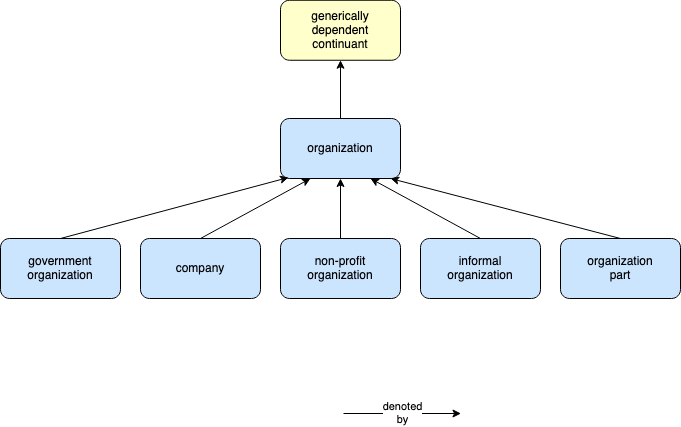
Before: docs/img/org-types.png, a diagram exported from draw.io (mconlon17/organization-ontology). Source tidied: cells renumbered, new cells last; positions are measured from the earlier drawing's top-left corner, leaving out a move shared by most shapes. Its diagram source:
```xml
<mxGraphModel background="#ffffff">
  <root>
    <mxCell id="0" />
    <mxCell id="1" parent="0" />
    <mxCell id="2" value="&lt;div&gt;generically&lt;/div&gt;&lt;div&gt;dependent&lt;/div&gt;&lt;div&gt;continuant&lt;br&gt;&lt;/div&gt;" style="rounded=1;whiteSpace=wrap;html=1;fillColor=#FFFFCC;" parent="1" vertex="1">
      <mxGeometry x="280" y="-0.2" width="120" height="60" as="geometry" />
    </mxCell>
    <mxCell id="3" value="organization" style="rounded=1;whiteSpace=wrap;html=1;fillColor=#CCE5FF;" parent="1" vertex="1">
      <mxGeometry x="280" y="118" width="120" height="60" as="geometry" />
    </mxCell>
    <mxCell id="4" value="denoted&lt;br&gt;by" style="endArrow=classic;html=1;exitX=1;exitY=0.5;exitDx=0;exitDy=0;" parent="1" edge="1">
      <mxGeometry relative="1" as="geometry">
        <mxPoint x="343" y="413" as="sourcePoint" />
        <mxPoint x="460.5" y="413" as="targetPoint" />
      </mxGeometry>
    </mxCell>
    <mxCell id="5" value="&lt;div&gt;government&lt;/div&gt;&lt;div&gt;organization&lt;br&gt;&lt;/div&gt;" style="rounded=1;whiteSpace=wrap;html=1;fillColor=#CCE5FF;" parent="1" vertex="1">
      <mxGeometry y="238" width="120" height="60" as="geometry" />
    </mxCell>
    <mxCell id="6" value="company" style="rounded=1;whiteSpace=wrap;html=1;fillColor=#CCE5FF;" parent="1" vertex="1">
      <mxGeometry x="140" y="238" width="120" height="60" as="geometry" />
    </mxCell>
    <mxCell id="7" value="&lt;div&gt;non-profit&lt;/div&gt;&lt;div&gt;organization&lt;br&gt;&lt;/div&gt;" style="rounded=1;whiteSpace=wrap;html=1;fillColor=#CCE5FF;" parent="1" vertex="1">
      <mxGeometry x="280" y="238" width="120" height="60" as="geometry" />
    </mxCell>
    <mxCell id="8" value="&lt;div&gt;informal&lt;/div&gt;&lt;div&gt;organization&lt;br&gt;&lt;/div&gt;" style="rounded=1;whiteSpace=wrap;html=1;fillColor=#CCE5FF;" parent="1" vertex="1">
      <mxGeometry x="420" y="238" width="120" height="60" as="geometry" />
    </mxCell>
    <mxCell id="9" value="&lt;div&gt;organization&lt;/div&gt;&lt;div&gt;part&lt;br&gt;&lt;/div&gt;" style="rounded=1;whiteSpace=wrap;html=1;fillColor=#CCE5FF;" parent="1" vertex="1">
      <mxGeometry x="560" y="238" width="120" height="60" as="geometry" />
    </mxCell>
    <mxCell id="10" style="endArrow=classic;html=1;exitX=0.5;exitY=0;exitDx=0;exitDy=0;entryX=0.5;entryY=1;entryDx=0;entryDy=0;" parent="1" edge="1" source="3" target="2">
      <mxGeometry relative="1" as="geometry" />
    </mxCell>
    <mxCell id="11" style="endArrow=classic;html=1;exitX=0.5;exitY=0;exitDx=0;exitDy=0;entryX=0.067;entryY=0.983;entryDx=0;entryDy=0;entryPerimeter=0;" parent="1" edge="1" source="5" target="3">
      <mxGeometry relative="1" as="geometry" />
    </mxCell>
    <mxCell id="12" style="endArrow=classic;html=1;entryX=0.25;entryY=1;entryDx=0;entryDy=0;exitX=0.5;exitY=0;exitDx=0;exitDy=0;" parent="1" edge="1" source="6" target="3">
      <mxGeometry relative="1" as="geometry" />
    </mxCell>
    <mxCell id="13" style="endArrow=classic;html=1;exitX=0.5;exitY=0;exitDx=0;exitDy=0;entryX=0.5;entryY=1;entryDx=0;entryDy=0;" parent="1" edge="1" source="7" target="3">
      <mxGeometry relative="1" as="geometry" />
    </mxCell>
    <mxCell id="14" style="endArrow=classic;html=1;exitX=0.5;exitY=0;exitDx=0;exitDy=0;entryX=0.75;entryY=1;entryDx=0;entryDy=0;" parent="1" edge="1" source="8" target="3">
      <mxGeometry relative="1" as="geometry" />
    </mxCell>
    <mxCell id="15" style="endArrow=classic;html=1;exitX=0.5;exitY=0;exitDx=0;exitDy=0;entryX=0.917;entryY=1;entryDx=0;entryDy=0;entryPerimeter=0;" parent="1" edge="1" source="9" target="3">
      <mxGeometry relative="1" as="geometry" />
    </mxCell>
  </root>
</mxGraphModel>
```
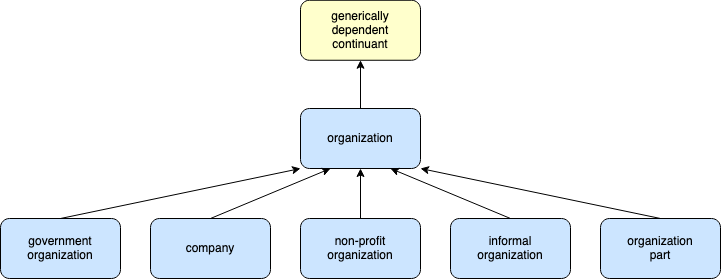
After the change.

What changed in the source:
```diff
@@ -3,48 +3,44 @@
     <mxCell id="0" />
     <mxCell id="1" parent="0" />
     <mxCell id="2" value="&lt;div&gt;generically&lt;/div&gt;&lt;div&gt;dependent&lt;/div&gt;&lt;div&gt;continuant&lt;br&gt;&lt;/div&gt;" style="rounded=1;whiteSpace=wrap;html=1;fillColor=#FFFFCC;" parent="1" vertex="1">
-      <mxGeometry x="280" y="-0.2" width="120" height="60" as="geometry" />
+      <mxGeometry x="210" y="-0.2" width="120" height="60" as="geometry" />
     </mxCell>
     <mxCell id="3" value="organization" style="rounded=1;whiteSpace=wrap;html=1;fillColor=#CCE5FF;" parent="1" vertex="1">
-      <mxGeometry x="280" y="118" width="120" height="60" as="geometry" />
+      <mxGeometry x="210" y="108" width="120" height="60" as="geometry" />
     </mxCell>
-    <mxCell id="4" value="denoted&lt;br&gt;by" style="endArrow=classic;html=1;exitX=1;exitY=0.5;exitDx=0;exitDy=0;" parent="1" edge="1">
-      <mxGeometry relative="1" as="geometry">
-        <mxPoint x="343" y="413" as="sourcePoint" />
-        <mxPoint x="460.5" y="413" as="targetPoint" />
-      </mxGeometry>
-    </mxCell>
-    <mxCell id="5" value="&lt;div&gt;government&lt;/div&gt;&lt;div&gt;organization&lt;br&gt;&lt;/div&gt;" style="rounded=1;whiteSpace=wrap;html=1;fillColor=#CCE5FF;" parent="1" vertex="1">
-      <mxGeometry y="238" width="120" height="60" as="geometry" />
-    </mxCell>
+    <mxCell id="7" value="&lt;div&gt;non-profit&lt;/div&gt;&lt;div&gt;organization&lt;br&gt;&lt;/div&gt;" style="rounded=1;whiteSpace=wrap;html=1;fillColor=#CCE5FF;" parent="1" vertex="1">
+      <mxGeometry x="210" y="218" width="120" height="60" as="geometry" />
+    </mxCell>
     <mxCell id="6" value="company" style="rounded=1;whiteSpace=wrap;html=1;fillColor=#CCE5FF;" parent="1" vertex="1">
-      <mxGeometry x="140" y="238" width="120" height="60" as="geometry" />
+      <mxGeometry x="60" y="218" width="120" height="60" as="geometry" />
     </mxCell>
-    <mxCell id="7" value="&lt;div&gt;non-profit&lt;/div&gt;&lt;div&gt;organization&lt;br&gt;&lt;/div&gt;" style="rounded=1;whiteSpace=wrap;html=1;fillColor=#CCE5FF;" parent="1" vertex="1">
-      <mxGeometry x="280" y="238" width="120" height="60" as="geometry" />
-    </mxCell>
     <mxCell id="8" value="&lt;div&gt;informal&lt;/div&gt;&lt;div&gt;organization&lt;br&gt;&lt;/div&gt;" style="rounded=1;whiteSpace=wrap;html=1;fillColor=#CCE5FF;" parent="1" vertex="1">
-      <mxGeometry x="420" y="238" width="120" height="60" as="geometry" />
+      <mxGeometry x="360" y="218" width="120" height="60" as="geometry" />
     </mxCell>
     <mxCell id="9" value="&lt;div&gt;organization&lt;/div&gt;&lt;div&gt;part&lt;br&gt;&lt;/div&gt;" style="rounded=1;whiteSpace=wrap;html=1;fillColor=#CCE5FF;" parent="1" vertex="1">
-      <mxGeometry x="560" y="238" width="120" height="60" as="geometry" />
+      <mxGeometry x="510" y="218" width="120" height="60" as="geometry" />
     </mxCell>
-    <mxCell id="10" style="endArrow=classic;html=1;exitX=0.5;exitY=0;exitDx=0;exitDy=0;entryX=0.5;entryY=1;entryDx=0;entryDy=0;" parent="1" edge="1" source="3" target="2">
-      <mxGeometry relative="1" as="geometry" />
-    </mxCell>
+    <mxCell id="5" value="&lt;div&gt;government&lt;/div&gt;&lt;div&gt;organization&lt;br&gt;&lt;/div&gt;" style="rounded=1;whiteSpace=wrap;html=1;fillColor=#CCE5FF;" parent="1" vertex="1">
+      <mxGeometry x="-90" y="218" width="120" height="60" as="geometry" />
+    </mxCell>
+    <mxCell id="13" style="endArrow=classic;html=1;exitX=0.5;exitY=0;exitDx=0;exitDy=0;entryX=0.5;entryY=1;entryDx=0;entryDy=0;" parent="1" edge="1" source="7" target="3">
+      <mxGeometry relative="1" as="geometry" />
+    </mxCell>
+    <mxCell id="16" style="endArrow=classic;html=1;entryX=0.5;entryY=1;entryDx=0;entryDy=0;" parent="1" edge="1" target="2">
+      <mxGeometry relative="1" as="geometry">
+        <mxPoint x="270" y="108" as="sourcePoint" />
+      </mxGeometry>
+    </mxCell>
-    <mxCell id="11" style="endArrow=classic;html=1;exitX=0.5;exitY=0;exitDx=0;exitDy=0;entryX=0.067;entryY=0.983;entryDx=0;entryDy=0;entryPerimeter=0;" parent="1" edge="1" source="5" target="3">
+    <mxCell id="11" style="endArrow=classic;html=1;entryX=0;entryY=1;entryDx=0;entryDy=0;exitX=0.5;exitY=0;exitDx=0;exitDy=0;" parent="1" edge="1" source="5" target="3">
       <mxGeometry relative="1" as="geometry" />
     </mxCell>
-    <mxCell id="12" style="endArrow=classic;html=1;entryX=0.25;entryY=1;entryDx=0;entryDy=0;exitX=0.5;exitY=0;exitDx=0;exitDy=0;" parent="1" edge="1" source="6" target="3">
+    <mxCell id="12" style="endArrow=classic;html=1;exitX=0.5;exitY=0;exitDx=0;exitDy=0;entryX=0.25;entryY=1;entryDx=0;entryDy=0;" parent="1" edge="1" source="6" target="3">
       <mxGeometry relative="1" as="geometry" />
     </mxCell>
-    <mxCell id="13" style="endArrow=classic;html=1;exitX=0.5;exitY=0;exitDx=0;exitDy=0;entryX=0.5;entryY=1;entryDx=0;entryDy=0;" parent="1" edge="1" source="7" target="3">
-      <mxGeometry relative="1" as="geometry" />
-    </mxCell>
-    <mxCell id="14" style="endArrow=classic;html=1;exitX=0.5;exitY=0;exitDx=0;exitDy=0;entryX=0.75;entryY=1;entryDx=0;entryDy=0;" parent="1" edge="1" source="8" target="3">
+    <mxCell id="14" style="endArrow=classic;html=1;entryX=0.75;entryY=1;entryDx=0;entryDy=0;exitX=0.5;exitY=0;exitDx=0;exitDy=0;" parent="1" edge="1" source="8" target="3">
       <mxGeometry relative="1" as="geometry" />
     </mxCell>
-    <mxCell id="15" style="endArrow=classic;html=1;exitX=0.5;exitY=0;exitDx=0;exitDy=0;entryX=0.917;entryY=1;entryDx=0;entryDy=0;entryPerimeter=0;" parent="1" edge="1" source="9" target="3">
+    <mxCell id="15" style="endArrow=classic;html=1;entryX=1;entryY=1;entryDx=0;entryDy=0;exitX=0.5;exitY=0;exitDx=0;exitDy=0;" parent="1" edge="1" source="9" target="3">
       <mxGeometry relative="1" as="geometry" />
     </mxCell>
   </root>
```
